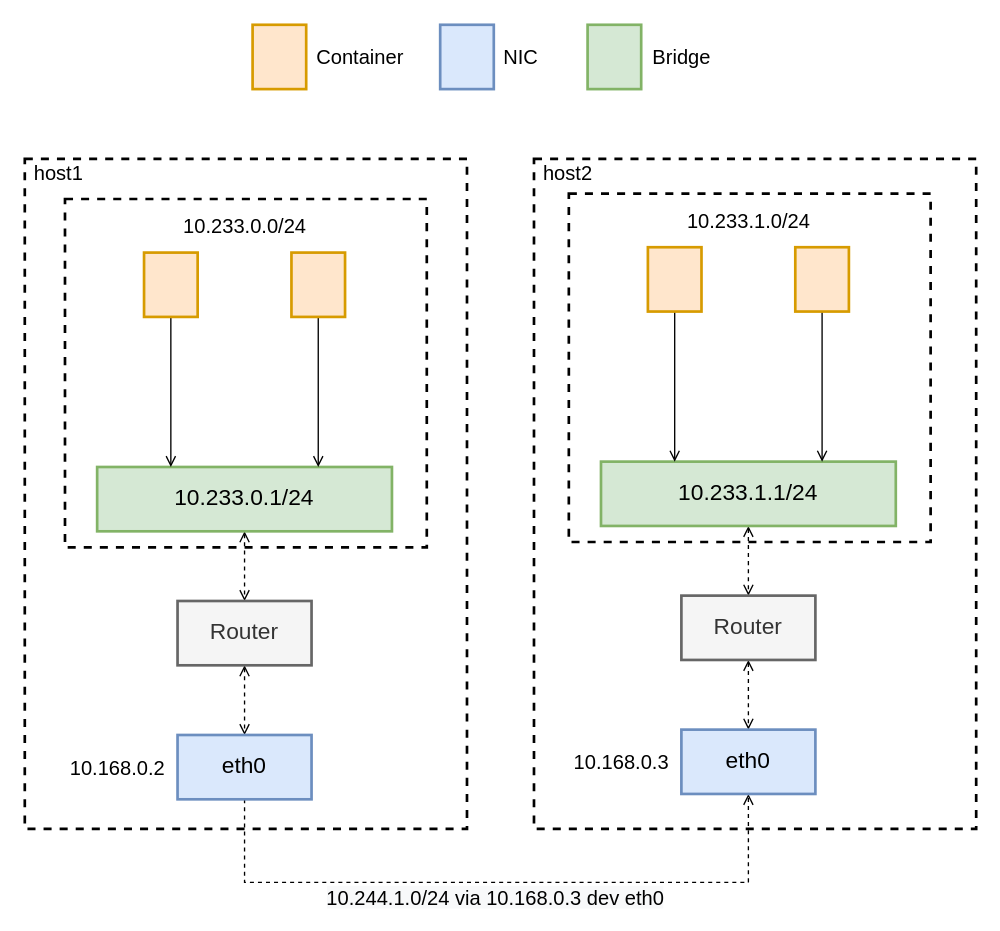
Above: page "flannel-host-gw" (6 of 6) of kubernetes/cloud-network.drawio in dovics/draw.io (draw.io), before the change. Source tidied: cells renumbered, new cells numbered last; positions are measured from the earlier drawing's top-left corner, leaving out a move shared by most shapes. Both pictures are drawn from the tidied source at 134%, with x=0, y=0 at pixel (24, 24).
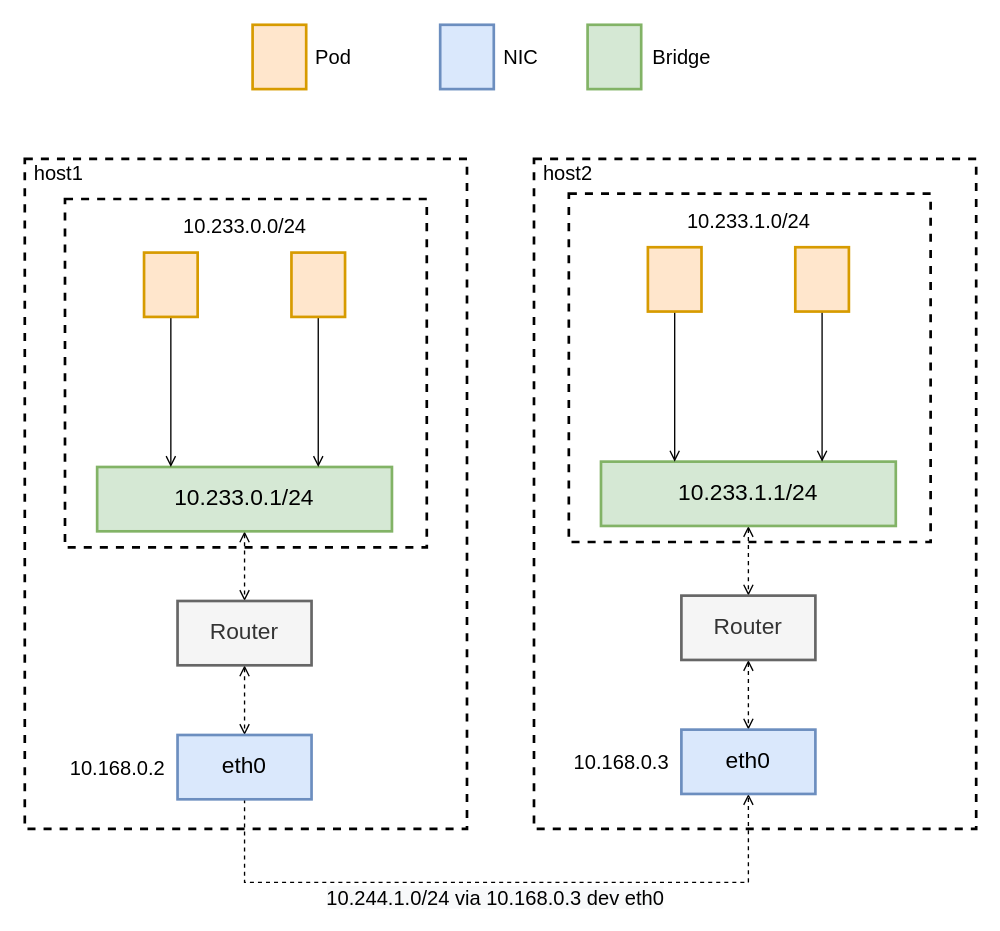
The same diagram, later.

The edit, as a diff of the source:
```diff
@@
-    <mxCell id="6" value="Container" style="text;html=1;align=center;verticalAlign=middle;strokeColor=none;fontSize=15;" parent="1" vertex="1">
-      <mxGeometry x="210" y="14" width="80" height="20" as="geometry" />
+    <mxCell id="6" value="Pod" style="text;html=1;align=center;verticalAlign=middle;strokeColor=none;fontSize=15;" parent="1" vertex="1">
+      <mxGeometry x="210" y="14" width="40" height="20" as="geometry" />
     </mxCell>
```
